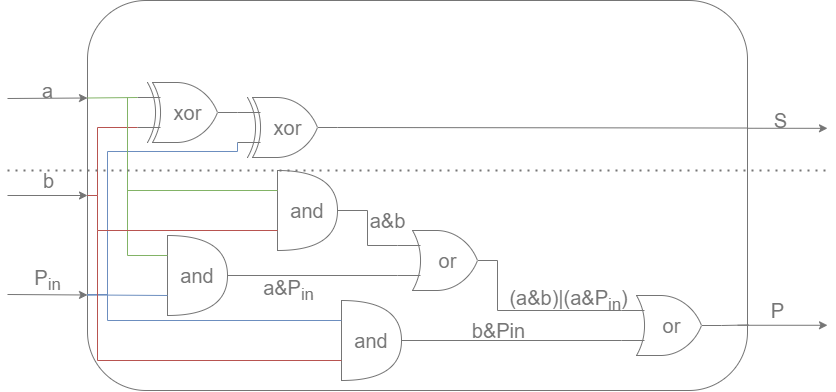
Before: Labs/Pic/1_fig-2.png, a diagram exported from draw.io (MPSU/exAPS). Source tidied: cells renumbered, new cells last; positions are measured from the earlier drawing's top-left corner, leaving out a move shared by most shapes. Its diagram source:
```xml
<mxGraphModel>
  <root>
    <mxCell id="0" />
    <mxCell id="1" parent="0" />
    <mxCell id="2" style="rounded=1;whiteSpace=wrap;html=1;fillColor=none;labelBackgroundColor=none;strokeColor=#757575;fontColor=#757575;" parent="1" vertex="1">
      <mxGeometry x="80" width="660" height="390" as="geometry" />
    </mxCell>
    <mxCell id="3" value="a" style="endArrow=classic;html=1;rounded=0;entryX=0;entryY=0.25;entryDx=0;entryDy=0;fontSize=20;labelBackgroundColor=none;fontColor=#757575;strokeColor=#757575;" parent="1" edge="1" target="2">
      <mxGeometry y="8" relative="1" as="geometry">
        <mxPoint y="98" as="sourcePoint" />
      </mxGeometry>
    </mxCell>
    <mxCell id="4" value="P&lt;sub&gt;in&lt;/sub&gt;" style="endArrow=classic;html=1;rounded=0;entryX=0;entryY=0.75;entryDx=0;entryDy=0;fontSize=20;labelBackgroundColor=none;fontColor=#757575;strokeColor=#757575;" parent="1" edge="1">
      <mxGeometry y="14" relative="1" as="geometry">
        <mxPoint y="294" as="sourcePoint" />
        <mxPoint x="80" y="294.5" as="targetPoint" />
      </mxGeometry>
    </mxCell>
    <mxCell id="5" value="and" style="shape=or;whiteSpace=wrap;html=1;fontSize=20;fillColor=none;labelBackgroundColor=none;fontColor=#757575;strokeColor=#757575;" parent="1" vertex="1">
      <mxGeometry x="160" y="235" width="60" height="80" as="geometry" />
    </mxCell>
    <mxCell id="6" value="xor" style="verticalLabelPosition=middle;shadow=0;dashed=0;align=center;html=1;verticalAlign=middle;shape=mxgraph.electrical.logic_gates.logic_gate;operation=xor;fontSize=20;horizontal=1;labelPosition=center;fillColor=none;labelBackgroundColor=none;fontColor=#757575;strokeColor=#757575;" parent="1" vertex="1">
      <mxGeometry x="130" y="82" width="100" height="60" as="geometry" />
    </mxCell>
    <mxCell id="7" style="endArrow=classic;html=1;rounded=0;labelBackgroundColor=none;fontColor=#757575;strokeColor=#757575;" parent="1" edge="1">
      <mxGeometry relative="1" as="geometry">
        <mxPoint x="740" y="127.8" as="sourcePoint" />
        <mxPoint x="820" y="127.8" as="targetPoint" />
      </mxGeometry>
    </mxCell>
    <mxCell id="8" value="S" style="edgeLabel;html=1;align=center;verticalAlign=middle;fontSize=20;labelBackgroundColor=none;fontColor=#757575;" parent="7" vertex="1">
      <mxGeometry x="-0.18" relative="1" as="geometry">
        <mxPoint y="-8" as="offset" />
      </mxGeometry>
    </mxCell>
    <mxCell id="9" value="P" style="endArrow=classic;html=1;rounded=0;fontSize=20;labelBackgroundColor=none;fontColor=#757575;strokeColor=#757575;" parent="1" edge="1">
      <mxGeometry x="-0.11" y="15" relative="1" as="geometry">
        <mxPoint x="730" y="324.8" as="sourcePoint" />
        <mxPoint x="820" y="324.8" as="targetPoint" />
      </mxGeometry>
    </mxCell>
    <mxCell id="10" style="endArrow=classic;html=1;rounded=0;fontSize=20;fontColor=#757575;entryX=0;entryY=0.5;entryDx=0;entryDy=0;labelBackgroundColor=none;strokeColor=#757575;" parent="1" edge="1" target="2">
      <mxGeometry relative="1" as="geometry">
        <mxPoint y="195" as="sourcePoint" />
      </mxGeometry>
    </mxCell>
    <mxCell id="11" value="b" style="edgeLabel;html=1;align=center;verticalAlign=middle;fontSize=20;fontColor=#757575;labelBackgroundColor=none;" parent="10" vertex="1">
      <mxGeometry x="-0.14" y="1" relative="1" as="geometry">
        <mxPoint x="6" y="-14" as="offset" />
      </mxGeometry>
    </mxCell>
    <mxCell id="12" value="xor" style="verticalLabelPosition=middle;shadow=0;dashed=0;align=center;html=1;verticalAlign=middle;shape=mxgraph.electrical.logic_gates.logic_gate;operation=xor;fontSize=20;horizontal=1;labelPosition=center;fillColor=none;labelBackgroundColor=none;fontColor=#757575;strokeColor=#757575;" parent="1" vertex="1">
      <mxGeometry x="230" y="97" width="100" height="60" as="geometry" />
    </mxCell>
    <mxCell id="13" style="endArrow=none;html=1;rounded=0;fontSize=20;fontColor=#757575;exitX=0;exitY=0.25;exitDx=0;exitDy=0;entryX=0;entryY=0.25;entryDx=0;entryDy=0;entryPerimeter=0;fillColor=#d5e8d4;strokeColor=#82b366;labelBackgroundColor=none;" parent="1" edge="1" source="2" target="6">
      <mxGeometry relative="1" as="geometry" />
    </mxCell>
    <mxCell id="14" style="endArrow=none;html=1;rounded=0;fontSize=20;fontColor=#757575;entryX=0;entryY=0.75;entryDx=0;entryDy=0;entryPerimeter=0;exitX=0;exitY=0.5;exitDx=0;exitDy=0;fillColor=#f8cecc;strokeColor=#b85450;labelBackgroundColor=none;" parent="1" edge="1" source="2" target="6">
      <mxGeometry relative="1" as="geometry">
        <Array as="points">
          <mxPoint x="90" y="195" />
          <mxPoint x="90" y="127" />
        </Array>
      </mxGeometry>
    </mxCell>
    <mxCell id="15" style="endArrow=none;html=1;rounded=0;fontSize=20;fontColor=#757575;exitX=0;exitY=0.754;exitDx=0;exitDy=0;entryX=0;entryY=0.75;entryDx=0;entryDy=0;entryPerimeter=0;fillColor=#dae8fc;strokeColor=#6c8ebf;exitPerimeter=0;labelBackgroundColor=none;" parent="1" edge="1" source="2" target="12">
      <mxGeometry relative="1" as="geometry">
        <Array as="points">
          <mxPoint x="100" y="294" />
          <mxPoint x="100" y="151" />
          <mxPoint x="230" y="151" />
        </Array>
      </mxGeometry>
    </mxCell>
    <mxCell id="16" style="endArrow=none;html=1;rounded=0;fontSize=20;fontColor=#757575;entryX=0;entryY=0.25;entryDx=0;entryDy=0;entryPerimeter=0;fillColor=#d5e8d4;strokeColor=#82b366;labelBackgroundColor=none;" parent="1" edge="1" target="5">
      <mxGeometry relative="1" as="geometry">
        <mxPoint x="120" y="97" as="sourcePoint" />
        <Array as="points">
          <mxPoint x="120" y="255" />
        </Array>
      </mxGeometry>
    </mxCell>
    <mxCell id="17" style="endArrow=none;html=1;rounded=0;fontSize=20;fontColor=#757575;entryX=0;entryY=0.75;entryDx=0;entryDy=0;entryPerimeter=0;exitX=0;exitY=0.755;exitDx=0;exitDy=0;exitPerimeter=0;fillColor=#dae8fc;strokeColor=#6c8ebf;labelBackgroundColor=none;" parent="1" edge="1" source="2" target="5">
      <mxGeometry relative="1" as="geometry" />
    </mxCell>
    <mxCell id="18" value="and" style="shape=or;whiteSpace=wrap;html=1;fontSize=20;fillColor=none;labelBackgroundColor=none;fontColor=#757575;strokeColor=#757575;" parent="1" vertex="1">
      <mxGeometry x="270" y="170" width="60" height="80" as="geometry" />
    </mxCell>
    <mxCell id="19" value="and" style="shape=or;whiteSpace=wrap;html=1;fontSize=20;fillColor=none;labelBackgroundColor=none;fontColor=#757575;strokeColor=#757575;" parent="1" vertex="1">
      <mxGeometry x="334" y="300" width="60" height="80" as="geometry" />
    </mxCell>
    <mxCell id="20" style="endArrow=none;html=1;rounded=0;fontSize=20;fontColor=#757575;entryX=0;entryY=0.25;entryDx=0;entryDy=0;entryPerimeter=0;fillColor=#d5e8d4;strokeColor=#82b366;labelBackgroundColor=none;" parent="1" edge="1" target="18">
      <mxGeometry relative="1" as="geometry">
        <mxPoint x="120" y="190" as="sourcePoint" />
      </mxGeometry>
    </mxCell>
    <mxCell id="21" style="endArrow=none;html=1;rounded=0;fontSize=20;fontColor=#757575;entryX=0;entryY=0.75;entryDx=0;entryDy=0;entryPerimeter=0;fillColor=#f8cecc;strokeColor=#b85450;labelBackgroundColor=none;" parent="1" edge="1" target="18">
      <mxGeometry relative="1" as="geometry">
        <mxPoint x="90" y="195" as="sourcePoint" />
        <Array as="points">
          <mxPoint x="90" y="230" />
        </Array>
      </mxGeometry>
    </mxCell>
    <mxCell id="22" style="endArrow=none;html=1;rounded=0;fontSize=20;fontColor=#757575;entryX=0;entryY=0.25;entryDx=0;entryDy=0;entryPerimeter=0;exitX=0;exitY=0.755;exitDx=0;exitDy=0;exitPerimeter=0;fillColor=#dae8fc;strokeColor=#6c8ebf;labelBackgroundColor=none;" parent="1" edge="1" source="2" target="19">
      <mxGeometry relative="1" as="geometry">
        <Array as="points">
          <mxPoint x="100" y="294" />
          <mxPoint x="100" y="320" />
        </Array>
      </mxGeometry>
    </mxCell>
    <mxCell id="23" style="endArrow=none;html=1;rounded=0;fontSize=20;fontColor=#757575;entryX=0;entryY=0.75;entryDx=0;entryDy=0;entryPerimeter=0;fillColor=#f8cecc;strokeColor=#b85450;labelBackgroundColor=none;" parent="1" edge="1" target="19">
      <mxGeometry relative="1" as="geometry">
        <mxPoint x="90" y="230" as="sourcePoint" />
        <Array as="points">
          <mxPoint x="90" y="360" />
        </Array>
      </mxGeometry>
    </mxCell>
    <mxCell id="24" value="or" style="verticalLabelPosition=middle;shadow=0;dashed=0;align=center;html=1;verticalAlign=middle;shape=mxgraph.electrical.logic_gates.logic_gate;operation=or;fontSize=20;fontColor=#757575;labelPosition=center;fillColor=none;labelBackgroundColor=none;strokeColor=#757575;" parent="1" vertex="1">
      <mxGeometry x="390" y="230" width="100" height="60" as="geometry" />
    </mxCell>
    <mxCell id="25" style="endArrow=none;html=1;rounded=0;fontSize=20;fontColor=#757575;exitX=1;exitY=0.5;exitDx=0;exitDy=0;exitPerimeter=0;entryX=0;entryY=0.75;entryDx=0;entryDy=0;entryPerimeter=0;labelBackgroundColor=none;strokeColor=#757575;" parent="1" edge="1" source="5" target="24">
      <mxGeometry relative="1" as="geometry" />
    </mxCell>
    <mxCell id="26" value="a&amp;amp;P&lt;sub&gt;in&lt;/sub&gt;" style="edgeLabel;html=1;align=center;verticalAlign=middle;fontSize=20;fontColor=#757575;labelBackgroundColor=none;" parent="25" vertex="1">
      <mxGeometry x="-0.35" y="1" relative="1" as="geometry">
        <mxPoint x="5" y="16" as="offset" />
      </mxGeometry>
    </mxCell>
    <mxCell id="27" value="a&amp;amp;b" style="endArrow=none;html=1;rounded=0;fontSize=20;fontColor=#757575;exitX=1;exitY=0.5;exitDx=0;exitDy=0;exitPerimeter=0;entryX=0;entryY=0.25;entryDx=0;entryDy=0;entryPerimeter=0;labelBackgroundColor=none;strokeColor=#757575;" parent="1" edge="1" source="18" target="24">
      <mxGeometry x="-0.16" y="20" relative="1" as="geometry">
        <Array as="points">
          <mxPoint x="360" y="210" />
          <mxPoint x="360" y="245" />
        </Array>
      </mxGeometry>
    </mxCell>
    <mxCell id="28" style="endArrow=none;html=1;rounded=0;fontSize=20;fontColor=#757575;entryX=1;entryY=0.327;entryDx=0;entryDy=0;entryPerimeter=0;exitX=1;exitY=0.5;exitDx=0;exitDy=0;exitPerimeter=0;labelBackgroundColor=none;strokeColor=#757575;" parent="1" edge="1" source="12" target="2">
      <mxGeometry relative="1" as="geometry" />
    </mxCell>
    <mxCell id="29" style="endArrow=none;html=1;rounded=0;fontSize=20;fontColor=#757575;exitX=1;exitY=0.5;exitDx=0;exitDy=0;exitPerimeter=0;entryX=1.002;entryY=0.832;entryDx=0;entryDy=0;entryPerimeter=0;labelBackgroundColor=none;strokeColor=#757575;" parent="1" edge="1" source="30" target="2">
      <mxGeometry relative="1" as="geometry" />
    </mxCell>
    <mxCell id="30" value="or" style="verticalLabelPosition=middle;shadow=0;dashed=0;align=center;html=1;verticalAlign=middle;shape=mxgraph.electrical.logic_gates.logic_gate;operation=or;fontSize=20;fontColor=#757575;labelPosition=center;fillColor=none;labelBackgroundColor=none;strokeColor=#757575;" parent="1" vertex="1">
      <mxGeometry x="614" y="295" width="100" height="60" as="geometry" />
    </mxCell>
    <mxCell id="31" style="endArrow=none;html=1;rounded=0;fontSize=20;fontColor=#757575;exitX=1;exitY=0.5;exitDx=0;exitDy=0;exitPerimeter=0;entryX=0;entryY=0.75;entryDx=0;entryDy=0;entryPerimeter=0;labelBackgroundColor=none;strokeColor=#757575;" parent="1" edge="1" source="19" target="30">
      <mxGeometry relative="1" as="geometry" />
    </mxCell>
    <mxCell id="32" value="b&amp;amp;Pin" style="edgeLabel;html=1;align=center;verticalAlign=middle;fontSize=20;fontColor=#757575;labelBackgroundColor=none;" parent="31" vertex="1">
      <mxGeometry x="-0.13" y="1" relative="1" as="geometry">
        <mxPoint x="1" y="-9" as="offset" />
      </mxGeometry>
    </mxCell>
    <mxCell id="33" style="endArrow=none;html=1;rounded=0;fontSize=20;fontColor=#757575;exitX=1;exitY=0.5;exitDx=0;exitDy=0;exitPerimeter=0;entryX=0;entryY=0.25;entryDx=0;entryDy=0;entryPerimeter=0;labelBackgroundColor=none;strokeColor=#757575;" parent="1" edge="1" source="24" target="30">
      <mxGeometry relative="1" as="geometry">
        <Array as="points">
          <mxPoint x="490" y="310" />
        </Array>
      </mxGeometry>
    </mxCell>
    <mxCell id="34" value="(a&amp;amp;b)|(a&amp;amp;P&lt;sub&gt;in&lt;/sub&gt;)" style="edgeLabel;html=1;align=center;verticalAlign=middle;fontSize=20;fontColor=#757575;labelBackgroundColor=none;" parent="33" vertex="1">
      <mxGeometry x="-0.07" relative="1" as="geometry">
        <mxPoint x="39" y="-10" as="offset" />
      </mxGeometry>
    </mxCell>
    <mxCell id="35" style="endArrow=none;dashed=1;html=1;dashPattern=1 3;strokeWidth=2;rounded=0;fontSize=20;fontColor=#757575;labelBackgroundColor=none;strokeColor=#757575;" parent="1" edge="1">
      <mxGeometry relative="1" as="geometry">
        <mxPoint y="170" as="sourcePoint" />
        <mxPoint x="820" y="170" as="targetPoint" />
      </mxGeometry>
    </mxCell>
  </root>
</mxGraphModel>
```
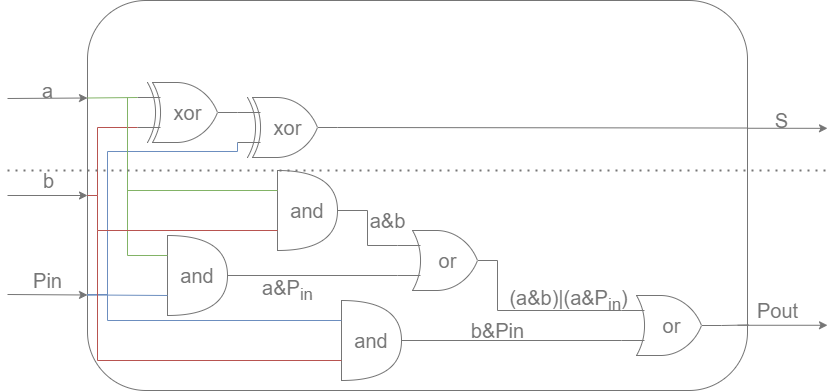
Later version of the same file.

Commit message:
Поправил схему однобитного сумматора

What changed in the source:
```diff
@@ -2,6 +2,9 @@
   <root>
     <mxCell id="0" />
     <mxCell id="1" parent="0" />
+    <mxCell id="36" style="rounded=0;whiteSpace=wrap;html=1;strokeColor=none;" parent="1" vertex="1">
+      <mxGeometry width="820" height="390" as="geometry" />
+    </mxCell>
     <mxCell id="2" style="rounded=1;whiteSpace=wrap;html=1;fillColor=none;labelBackgroundColor=none;strokeColor=#757575;fontColor=#757575;" parent="1" vertex="1">
       <mxGeometry x="80" width="660" height="390" as="geometry" />
     </mxCell>
@@ -10,7 +13,7 @@
         <mxPoint y="98" as="sourcePoint" />
       </mxGeometry>
     </mxCell>
-    <mxCell id="4" value="P&lt;sub&gt;in&lt;/sub&gt;" style="endArrow=classic;html=1;rounded=0;entryX=0;entryY=0.75;entryDx=0;entryDy=0;fontSize=20;labelBackgroundColor=none;fontColor=#757575;strokeColor=#757575;" parent="1" edge="1">
+    <mxCell id="4" value="Pin" style="endArrow=classic;html=1;rounded=0;entryX=0;entryY=0.75;entryDx=0;entryDy=0;fontSize=20;labelBackgroundColor=none;fontColor=#757575;strokeColor=#757575;" parent="1" edge="1">
       <mxGeometry y="14" relative="1" as="geometry">
         <mxPoint y="294" as="sourcePoint" />
         <mxPoint x="80" y="294.5" as="targetPoint" />
@@ -33,7 +36,7 @@
         <mxPoint y="-8" as="offset" />
       </mxGeometry>
     </mxCell>
-    <mxCell id="9" value="P" style="endArrow=classic;html=1;rounded=0;fontSize=20;labelBackgroundColor=none;fontColor=#757575;strokeColor=#757575;" parent="1" edge="1">
+    <mxCell id="9" value="Pout" style="endArrow=classic;html=1;rounded=0;fontSize=20;labelBackgroundColor=none;fontColor=#757575;strokeColor=#757575;" parent="1" edge="1">
       <mxGeometry x="-0.11" y="15" relative="1" as="geometry">
         <mxPoint x="730" y="324.8" as="sourcePoint" />
         <mxPoint x="820" y="324.8" as="targetPoint" />
```
